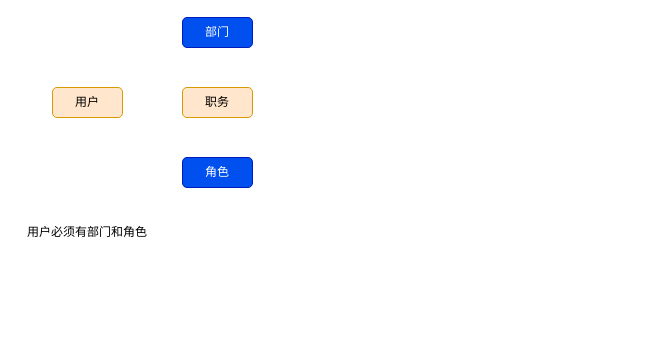
Earlier version of the draw.io diagram 系统文件.drawio (huangxunlei/drawio). Source tidied: cells renumbered, new cells numbered last; positions are measured from the earlier drawing's top-left corner, leaving out a move shared by most shapes. Both pictures are drawn from the tidied source at 100%, with x=0, y=0 at pixel (17, 17).
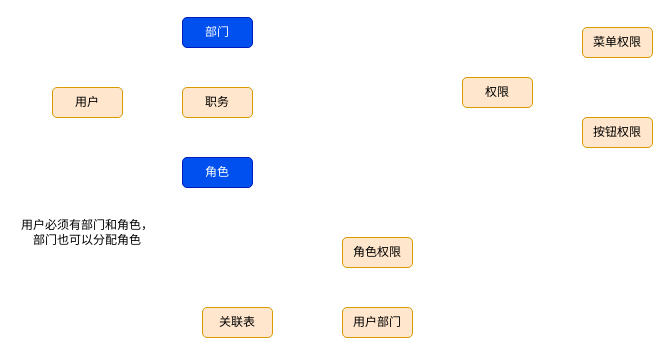
The same diagram, later.

Commit message (it also covers changes not shown here):
更新系统文件.drawio

Change to the diagram source:
```diff
@@
 <mxGraphModel>
   <root>
     <mxCell id="0" />
     <mxCell id="1" parent="0" />
     <mxCell id="2" value="用户" style="rounded=1;whiteSpace=wrap;html=1;fillColor=#ffe6cc;strokeColor=#d79b00;" parent="1" vertex="1">
       <mxGeometry x="35" y="70" width="70" height="30" as="geometry" />
     </mxCell>
     <mxCell id="3" value="部门" style="rounded=1;whiteSpace=wrap;html=1;fillColor=#0050ef;strokeColor=#001DBC;fontColor=#ffffff;" parent="1" vertex="1">
       <mxGeometry x="165" width="70" height="30" as="geometry" />
     </mxCell>
     <mxCell id="4" value="职务" style="rounded=1;whiteSpace=wrap;html=1;fillColor=#ffe6cc;strokeColor=#d79b00;" parent="1" vertex="1">
       <mxGeometry x="165" y="70" width="70" height="30" as="geometry" />
     </mxCell>
     <mxCell id="5" value="角色" style="rounded=1;whiteSpace=wrap;html=1;fillColor=#0050ef;strokeColor=#001DBC;fontColor=#ffffff;" parent="1" vertex="1">
       <mxGeometry x="165" y="140" width="70" height="30" as="geometry" />
     </mxCell>
-    <mxCell id="6" value="用户必须有部门和角色" style="text;html=1;align=center;verticalAlign=middle;whiteSpace=wrap;rounded=0;" parent="1" vertex="1">
+    <mxCell id="6" value="用户必须有部门和角色，部门也可以分配角色" style="text;html=1;align=center;verticalAlign=middle;whiteSpace=wrap;rounded=0;" parent="1" vertex="1">
       <mxGeometry y="200" width="140" height="30" as="geometry" />
     </mxCell>
+    <mxCell id="7" value="权限" style="rounded=1;whiteSpace=wrap;html=1;fillColor=#ffe6cc;strokeColor=#d79b00;" parent="1" vertex="1">
+      <mxGeometry x="445" y="60" width="70" height="30" as="geometry" />
+    </mxCell>
+    <mxCell id="8" value="菜单权限" style="rounded=1;whiteSpace=wrap;html=1;fillColor=#ffe6cc;strokeColor=#d79b00;" parent="1" vertex="1">
+      <mxGeometry x="565" y="10" width="70" height="30" as="geometry" />
+    </mxCell>
+    <mxCell id="9" value="按钮权限" style="rounded=1;whiteSpace=wrap;html=1;fillColor=#ffe6cc;strokeColor=#d79b00;" parent="1" vertex="1">
+      <mxGeometry x="565" y="100" width="70" height="30" as="geometry" />
+    </mxCell>
+    <mxCell id="10" value="关联表" style="rounded=1;whiteSpace=wrap;html=1;fillColor=#ffe6cc;strokeColor=#d79b00;" parent="1" vertex="1">
+      <mxGeometry x="185" y="290" width="70" height="30" as="geometry" />
+    </mxCell>
+    <mxCell id="11" value="角色权限" style="rounded=1;whiteSpace=wrap;html=1;fillColor=#ffe6cc;strokeColor=#d79b00;" parent="1" vertex="1">
+      <mxGeometry x="325" y="220" width="70" height="30" as="geometry" />
+    </mxCell>
+    <mxCell id="12" value="用户部门" style="rounded=1;whiteSpace=wrap;html=1;fillColor=#ffe6cc;strokeColor=#d79b00;" parent="1" vertex="1">
+      <mxGeometry x="325" y="290" width="70" height="30" as="geometry" />
+    </mxCell>
   </root>
 </mxGraphModel>
```
